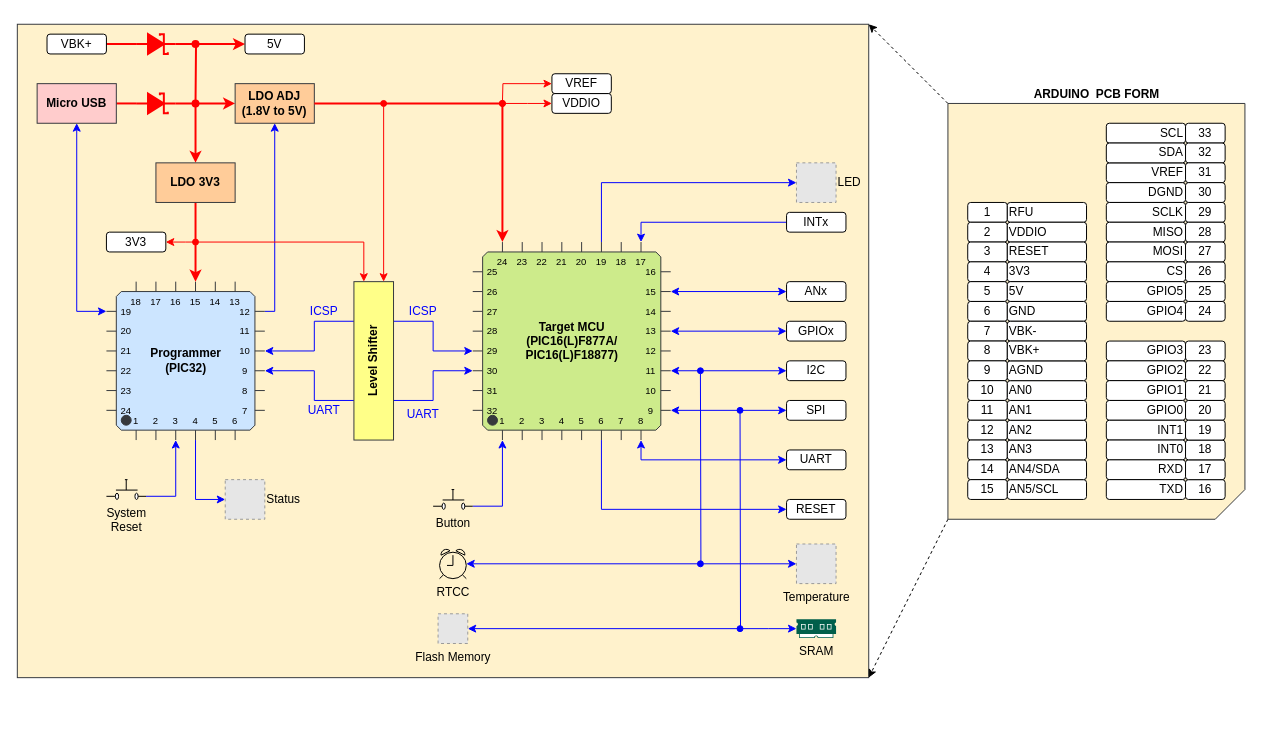
sampidevkit/PIC16FDevKit keeps this draw.io diagram as Docs/Untitled Diagram.drawio. Above is the earlier version. Source tidied: cells renumbered, new cells numbered last; positions are measured from the earlier drawing's top-left corner, leaving out a move shared by most shapes. Both pictures are drawn from the tidied source at 99%, with x=0, y=0 at pixel (17, 24). Pictures stored in the file or linked from it are replaced by grey dashed boxes.
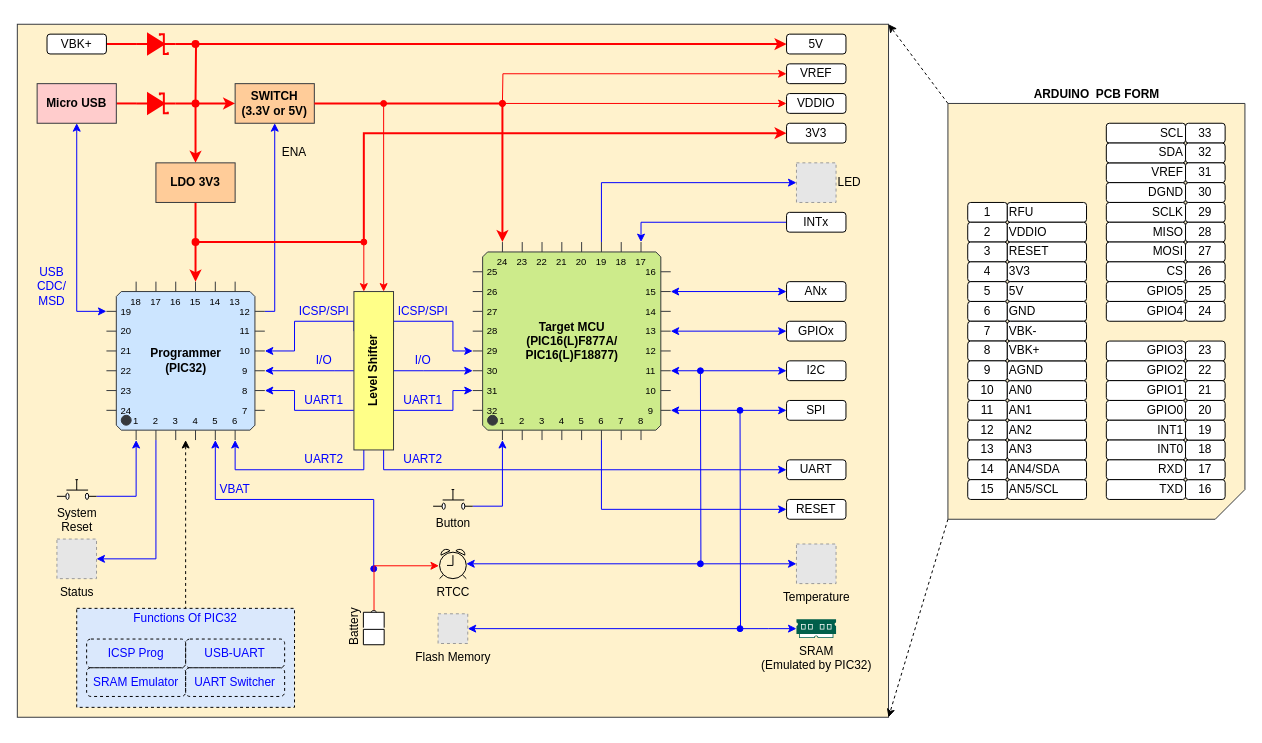
The same diagram, later.

The change refers to these unchanged cells:
```xml
<mxCell id="10" value="Programmer&lt;br&gt;(PIC32)" style="shadow=0;dashed=0;align=center;html=1;strokeWidth=1;shape=mxgraph.electrical.logic_gates.qfp_ic;labelNames=a,b,c,d,e,f,g,h,i,j,k,l,m,n,o,p,q,r,s,t,u,v,w,x,y,z,a1,b1,c1,d1,e1,f1,g1,h1,i1,j1,k1,l1,m1,n1;fontStyle=1;flipV=0;flipH=0;fillColor=#cce5ff;strokeColor=#36393d;" parent="1" vertex="1">
  <mxGeometry x="90" y="260" width="160" height="160" as="geometry" />
</mxCell>
<mxCell id="85" value="Target MCU&lt;br&gt;(PIC16(L)F877A/&lt;br&gt;PIC16(L)F18877)" style="shadow=0;dashed=0;align=center;html=1;strokeWidth=1;shape=mxgraph.electrical.logic_gates.qfp_ic;labelNames=a,b,c,d,e,f,g,h,i,j,k,l,m,n,o,p,q,r,s,t,u,v,w,x,y,z,a1,b1,c1,d1,e1,f1,g1,h1,i1,j1,k1,l1,m1,n1;fontStyle=1;fillColor=#cdeb8b;strokeColor=#36393d;" parent="1" vertex="1">
  <mxGeometry x="460" y="220" width="200" height="200" as="geometry" />
</mxCell>
<mxCell id="131" value="RTCC" style="html=1;verticalLabelPosition=bottom;align=center;labelBackgroundColor=none;verticalAlign=top;strokeWidth=1;shadow=0;dashed=0;shape=mxgraph.ios7.icons.alarm_clock;fontColor=#000000;fillColor=none;" parent="1" vertex="1">
  <mxGeometry x="426.5" y="530" width="27" height="30" as="geometry" />
</mxCell>
```

Diff of the diagram source:
```diff
@@
     <mxCell id="2" style="rounded=0;whiteSpace=wrap;html=1;strokeColor=#36393d;strokeWidth=1;align=center;fillColor=#FFF2CC;" parent="1" vertex="1">
-      <mxGeometry width="860" height="660" as="geometry" />
+      <mxGeometry width="880" height="700" as="geometry" />
     </mxCell>
@@
-    <mxCell id="6" style="edgeStyle=orthogonalEdgeStyle;rounded=0;jettySize=auto;html=1;exitX=1;exitY=0;exitDx=0;exitDy=90;exitPerimeter=0;entryX=0;entryY=0.75;entryDx=0;entryDy=0;startArrow=classic;startFill=1;endArrow=none;endFill=0;strokeWidth=1;strokeColor=#0000FF;" parent="1" edge="1" source="10" target="89">
+    <mxCell id="6" style="edgeStyle=orthogonalEdgeStyle;rounded=0;jettySize=auto;html=1;exitX=1;exitY=0;exitDx=0;exitDy=90;exitPerimeter=0;entryX=0;entryY=0.5;entryDx=0;entryDy=0;startArrow=classic;startFill=1;endArrow=none;endFill=0;strokeWidth=1;strokeColor=#0000FF;" parent="1" edge="1" source="10" target="89">
       <mxGeometry relative="1" as="geometry">
         <Array as="points">
-          <mxPoint x="300" y="350" />
-          <mxPoint x="300" y="380" />
+          <mxPoint x="320" y="350" />
+          <mxPoint x="320" y="350" />
         </Array>
       </mxGeometry>
     </mxCell>
@@
-    <mxCell id="9" style="edgeStyle=orthogonalEdgeStyle;rounded=0;jettySize=auto;html=1;exitX=0;exitY=1;exitDx=70;exitDy=0;exitPerimeter=0;entryX=1;entryY=0.84;entryDx=0;entryDy=0;entryPerimeter=0;startArrow=classic;startFill=1;endArrow=none;endFill=0;strokeColor=#0000FF;strokeWidth=1;fontColor=#000000;" parent="1" edge="1" source="10" target="126">
+    <mxCell id="9" style="edgeStyle=orthogonalEdgeStyle;rounded=0;jettySize=auto;html=1;exitX=0;exitY=1;exitDx=30;exitDy=0;exitPerimeter=0;entryX=1;entryY=0.84;entryDx=0;entryDy=0;entryPerimeter=0;startArrow=classic;startFill=1;endArrow=none;endFill=0;strokeColor=#0000FF;strokeWidth=1;fontColor=#000000;" parent="1" edge="1" source="10" target="126">
       <mxGeometry relative="1" as="geometry" />
     </mxCell>
+    <mxCell id="138" style="edgeStyle=orthogonalEdgeStyle;rounded=0;jettySize=auto;html=1;exitX=0;exitY=1;exitDx=130;exitDy=0;exitPerimeter=0;entryX=0.25;entryY=1;entryDx=0;entryDy=0;strokeColor=#0000FF;fontColor=#0000FF;startArrow=classic;startFill=1;endArrow=none;endFill=0;" parent="1" edge="1" source="10" target="89">
+      <mxGeometry relative="1" as="geometry" />
+    </mxCell>
+    <mxCell id="139" style="edgeStyle=orthogonalEdgeStyle;rounded=0;jettySize=auto;html=1;exitX=0;exitY=1;exitDx=110;exitDy=0;exitPerimeter=0;startArrow=classic;startFill=1;endArrow=oval;endFill=1;fontColor=#000000;strokeColor=#0000FF;" parent="1" edge="1" source="10">
+      <mxGeometry relative="1" as="geometry">
+        <mxPoint x="360" y="550" as="targetPoint" />
+        <Array as="points">
+          <mxPoint x="200" y="480" />
+          <mxPoint x="360" y="480" />
+        </Array>
+      </mxGeometry>
+    </mxCell>
+    <mxCell id="140" style="edgeStyle=orthogonalEdgeStyle;rounded=0;jettySize=auto;html=1;entryX=0.5;entryY=0;entryDx=0;entryDy=0;startArrow=classic;startFill=1;endArrow=none;endFill=0;strokeWidth=1;fontColor=#0000FF;dashed=1;" parent="1" edge="1" source="10" target="153">
+      <mxGeometry relative="1" as="geometry" />
+    </mxCell>
@@
-    <mxCell id="18" value="LDO ADJ&lt;br&gt;(1.8V to 5V)" style="rounded=0;whiteSpace=wrap;html=1;fontStyle=1;fillColor=#ffcc99;strokeColor=#36393d;" parent="1" vertex="1">
+    <mxCell id="18" value="SWITCH&lt;br&gt;(3.3V or 5V)" style="rounded=0;whiteSpace=wrap;html=1;fontStyle=1;fillColor=#ffcc99;strokeColor=#36393d;" parent="1" vertex="1">
       <mxGeometry x="220" y="60" width="80" height="40" as="geometry" />
     </mxCell>
@@
     <mxCell id="78" style="edgeStyle=orthogonalEdgeStyle;rounded=0;jettySize=auto;html=1;exitX=0;exitY=0;exitDx=0;exitDy=110;exitPerimeter=0;entryX=1;entryY=0.25;entryDx=0;entryDy=0;startArrow=classic;startFill=1;endArrow=none;endFill=0;strokeWidth=1;strokeColor=#0000FF;" parent="1" edge="1" source="85" target="89">
       <mxGeometry relative="1" as="geometry">
         <Array as="points">
-          <mxPoint x="420" y="330" />
-          <mxPoint x="420" y="300" />
+          <mxPoint x="440" y="330" />
+          <mxPoint x="440" y="300" />
+          <mxPoint x="380" y="300" />
         </Array>
       </mxGeometry>
     </mxCell>
@@
-    <mxCell id="83" style="edgeStyle=orthogonalEdgeStyle;rounded=0;jettySize=auto;html=1;exitX=0;exitY=1;exitDx=170;exitDy=0;exitPerimeter=0;entryX=0;entryY=0.5;entryDx=0;entryDy=0;startArrow=classic;startFill=1;endArrow=classic;endFill=1;strokeColor=#0000FF;strokeWidth=1;fontColor=#0000FF;" parent="1" edge="1" source="85" target="107">
+    <mxCell id="83" style="edgeStyle=orthogonalEdgeStyle;rounded=0;jettySize=auto;html=1;exitX=0.75;exitY=1;exitDx=0;exitDy=0;entryX=0;entryY=0.5;entryDx=0;entryDy=0;startArrow=none;startFill=0;endArrow=classic;endFill=1;strokeColor=#0000FF;strokeWidth=1;fontColor=#0000FF;" parent="1" edge="1" source="89" target="107">
       <mxGeometry relative="1" as="geometry" />
     </mxCell>
@@
     <mxCell id="86" style="edgeStyle=orthogonalEdgeStyle;rounded=0;jettySize=auto;html=1;exitX=0.25;exitY=0;exitDx=0;exitDy=0;endArrow=oval;endFill=1;startArrow=classic;startFill=1;strokeWidth=1;strokeColor=#FF0000;" parent="1" edge="1" source="89">
       <mxGeometry relative="1" as="geometry">
-        <mxPoint x="180" y="220" as="targetPoint" />
+        <mxPoint x="350" y="220" as="targetPoint" />
         <Array as="points">
           <mxPoint x="350" y="220" />
         </Array>
       </mxGeometry>
     </mxCell>
     <mxCell id="87" style="edgeStyle=orthogonalEdgeStyle;rounded=0;jettySize=auto;html=1;exitX=0;exitY=0.25;exitDx=0;exitDy=0;entryX=1;entryY=0;entryDx=0;entryDy=70;entryPerimeter=0;startArrow=none;startFill=0;endArrow=classic;endFill=1;strokeWidth=1;strokeColor=#0000FF;" parent="1" edge="1" source="89" target="10">
       <mxGeometry relative="1" as="geometry">
         <Array as="points">
-          <mxPoint x="300" y="300" />
-          <mxPoint x="300" y="330" />
+          <mxPoint x="340" y="300" />
+          <mxPoint x="280" y="300" />
+          <mxPoint x="280" y="330" />
         </Array>
       </mxGeometry>
     </mxCell>
-    <mxCell id="88" style="edgeStyle=orthogonalEdgeStyle;rounded=0;jettySize=auto;html=1;exitX=1;exitY=0.75;exitDx=0;exitDy=0;entryX=0;entryY=0;entryDx=0;entryDy=130;entryPerimeter=0;startArrow=none;startFill=0;endArrow=classic;endFill=1;strokeWidth=1;strokeColor=#0000FF;" parent="1" edge="1" source="89" target="85">
+    <mxCell id="88" style="edgeStyle=orthogonalEdgeStyle;rounded=0;jettySize=auto;html=1;exitX=1;exitY=0.5;exitDx=0;exitDy=0;entryX=0;entryY=0;entryDx=0;entryDy=130;entryPerimeter=0;startArrow=none;startFill=0;endArrow=classic;endFill=1;strokeWidth=1;strokeColor=#0000FF;" parent="1" edge="1" source="89" target="85">
       <mxGeometry relative="1" as="geometry">
         <Array as="points">
-          <mxPoint x="420" y="380" />
-          <mxPoint x="420" y="350" />
+          <mxPoint x="410" y="350" />
+          <mxPoint x="410" y="350" />
         </Array>
       </mxGeometry>
     </mxCell>
+    <mxCell id="141" style="edgeStyle=orthogonalEdgeStyle;rounded=0;jettySize=auto;html=1;exitX=0;exitY=0.75;exitDx=0;exitDy=0;entryX=1;entryY=0;entryDx=0;entryDy=110;entryPerimeter=0;fontColor=#0000FF;strokeColor=#0000FF;" parent="1" edge="1" source="89" target="10">
+      <mxGeometry relative="1" as="geometry">
+        <Array as="points">
+          <mxPoint x="280" y="390" />
+          <mxPoint x="280" y="370" />
+        </Array>
+      </mxGeometry>
+    </mxCell>
+    <mxCell id="142" style="edgeStyle=orthogonalEdgeStyle;rounded=0;jettySize=auto;html=1;exitX=1;exitY=0.75;exitDx=0;exitDy=0;entryX=0;entryY=0;entryDx=0;entryDy=150;entryPerimeter=0;fontColor=#0000FF;strokeColor=#0000FF;" parent="1" edge="1" source="89" target="85">
+      <mxGeometry relative="1" as="geometry">
+        <Array as="points">
+          <mxPoint x="440" y="390" />
+          <mxPoint x="440" y="370" />
+        </Array>
+      </mxGeometry>
+    </mxCell>
     <mxCell id="89" value="Level Shifter" style="rounded=0;whiteSpace=wrap;html=1;fontStyle=1;horizontal=0;fillColor=#ffff88;strokeColor=#36393d;" parent="1" vertex="1">
-      <mxGeometry x="340" y="260" width="40" height="160" as="geometry" />
+      <mxGeometry x="340" y="270" width="40" height="160" as="geometry" />
     </mxCell>
@@
     <mxCell id="91" value="VDDIO" style="rounded=1;whiteSpace=wrap;html=1;align=center;" parent="1" vertex="1">
-      <mxGeometry x="540" y="70" width="60" height="20" as="geometry" />
+      <mxGeometry x="777" y="70" width="60" height="20" as="geometry" />
     </mxCell>
@@
     <mxCell id="93" value="VREF" style="rounded=1;whiteSpace=wrap;html=1;align=center;" parent="1" vertex="1">
-      <mxGeometry x="540" y="50" width="60" height="20" as="geometry" />
+      <mxGeometry x="777" y="40" width="60" height="20" as="geometry" />
     </mxCell>
-    <mxCell id="94" value="ICSP" style="text;html=1;strokeColor=none;fillColor=none;align=center;verticalAlign=middle;whiteSpace=wrap;rounded=0;fontColor=#0000FF;" parent="1" vertex="1">
+    <mxCell id="94" value="ICSP/SPI" style="text;html=1;strokeColor=none;fillColor=none;align=center;verticalAlign=middle;whiteSpace=wrap;rounded=0;fontColor=#0000FF;" parent="1" vertex="1">
       <mxGeometry x="290" y="280" width="40" height="20" as="geometry" />
     </mxCell>
-    <mxCell id="95" value="UART" style="text;html=1;strokeColor=none;fillColor=none;align=center;verticalAlign=middle;whiteSpace=wrap;rounded=0;fontColor=#0000FF;" parent="1" vertex="1">
-      <mxGeometry x="290" y="380" width="40" height="20" as="geometry" />
+    <mxCell id="95" value="UART1" style="text;html=1;strokeColor=none;fillColor=none;align=center;verticalAlign=middle;whiteSpace=wrap;rounded=0;fontColor=#0000FF;" parent="1" vertex="1">
+      <mxGeometry x="290" y="370" width="40" height="20" as="geometry" />
     </mxCell>
-    <mxCell id="96" value="UART" style="text;html=1;strokeColor=none;fillColor=none;align=center;verticalAlign=middle;whiteSpace=wrap;rounded=0;fontColor=#0000FF;" parent="1" vertex="1">
-      <mxGeometry x="390" y="384" width="40" height="20" as="geometry" />
+    <mxCell id="96" value="UART1" style="text;html=1;strokeColor=none;fillColor=none;align=center;verticalAlign=middle;whiteSpace=wrap;rounded=0;fontColor=#0000FF;" parent="1" vertex="1">
+      <mxGeometry x="390" y="370" width="40" height="20" as="geometry" />
     </mxCell>
-    <mxCell id="97" value="ICSP" style="text;html=1;strokeColor=none;fillColor=none;align=center;verticalAlign=middle;whiteSpace=wrap;rounded=0;fontColor=#0000FF;" parent="1" vertex="1">
+    <mxCell id="97" value="ICSP/SPI" style="text;html=1;strokeColor=none;fillColor=none;align=center;verticalAlign=middle;whiteSpace=wrap;rounded=0;fontColor=#0000FF;" parent="1" vertex="1">
       <mxGeometry x="390" y="280" width="40" height="20" as="geometry" />
     </mxCell>
-    <mxCell id="98" style="edgeStyle=orthogonalEdgeStyle;rounded=0;jettySize=auto;html=1;startArrow=classic;startFill=1;endArrow=none;endFill=0;strokeWidth=1;fontColor=#0000FF;strokeColor=#FF0000;" parent="1" edge="1" source="99">
+    <mxCell id="98" style="edgeStyle=orthogonalEdgeStyle;rounded=0;jettySize=auto;html=1;startArrow=classic;startFill=1;endArrow=oval;endFill=1;strokeWidth=2;fontColor=#0000FF;strokeColor=#FF0000;" parent="1" edge="1" source="99">
       <mxGeometry relative="1" as="geometry">
         <mxPoint x="180" y="220" as="targetPoint" />
+        <Array as="points">
+          <mxPoint x="350" y="110" />
+          <mxPoint x="350" y="220" />
+        </Array>
       </mxGeometry>
     </mxCell>
     <mxCell id="99" value="3V3" style="rounded=1;whiteSpace=wrap;html=1;align=center;" parent="1" vertex="1">
-      <mxGeometry x="90" y="210" width="60" height="20" as="geometry" />
+      <mxGeometry x="777" y="100" width="60" height="20" as="geometry" />
     </mxCell>
@@
     <mxCell id="101" value="5V" style="rounded=1;whiteSpace=wrap;html=1;align=center;" parent="1" vertex="1">
-      <mxGeometry x="230" y="10" width="60" height="20" as="geometry" />
+      <mxGeometry x="777" y="10" width="60" height="20" as="geometry" />
     </mxCell>
@@
     <mxCell id="107" value="UART" style="rounded=1;whiteSpace=wrap;html=1;align=center;" parent="1" vertex="1">
-      <mxGeometry x="777" y="430" width="60" height="20" as="geometry" />
+      <mxGeometry x="777" y="440" width="60" height="20" as="geometry" />
     </mxCell>
@@
     <mxCell id="126" value="System&lt;br&gt;Reset" style="verticalLabelPosition=bottom;shadow=0;dashed=0;align=center;html=1;verticalAlign=top;shape=mxgraph.electrical.electro-mechanical.push_switch_no;strokeWidth=1;" parent="1" vertex="1">
-      <mxGeometry x="90" y="460" width="40" height="20" as="geometry" />
+      <mxGeometry x="40" y="460" width="40" height="20" as="geometry" />
     </mxCell>
-    <mxCell id="127" style="edgeStyle=orthogonalEdgeStyle;rounded=0;jettySize=auto;html=1;entryX=0;entryY=1;entryDx=90;entryDy=0;entryPerimeter=0;startArrow=classic;startFill=1;endArrow=none;endFill=0;strokeColor=#0000FF;strokeWidth=1;fontColor=#000000;exitX=0;exitY=0.5;exitDx=0;exitDy=0;" parent="1" edge="1" source="129" target="10">
+    <mxCell id="127" style="edgeStyle=orthogonalEdgeStyle;rounded=0;jettySize=auto;html=1;entryX=0;entryY=1;entryDx=50;entryDy=0;entryPerimeter=0;startArrow=classic;startFill=1;endArrow=none;endFill=0;strokeColor=#0000FF;strokeWidth=1;fontColor=#000000;" parent="1" edge="1" source="129" target="10">
       <mxGeometry relative="1" as="geometry" />
     </mxCell>
@@
-    <mxCell id="129" value="Status" style="fillColor=#E6E6E6;strokeColor=#999999;dashed=1;html=1;verticalAlign=middle;verticalLabelPosition=middle;labelBackgroundColor=none;fontColor=#000000;align=left;labelPosition=right;" parent="1" vertex="1">
-      <mxGeometry x="210" y="460" width="40" height="40" as="geometry" />
+    <mxCell id="129" value="Status" style="fillColor=#E6E6E6;strokeColor=#999999;dashed=1;html=1;verticalAlign=top;verticalLabelPosition=bottom;labelBackgroundColor=none;fontColor=#000000;align=center;labelPosition=center;" parent="1" vertex="1">
+      <mxGeometry x="40" y="520" width="40" height="40" as="geometry" />
     </mxCell>
@@
-    <mxCell id="137" value="SRAM" style="shadow=0;dashed=0;html=1;strokeColor=none;fillColor=#005F4B;labelPosition=center;verticalLabelPosition=bottom;verticalAlign=top;align=center;outlineConnect=0;shape=mxgraph.veeam2.ram;" parent="1" vertex="1">
+    <mxCell id="137" value="SRAM&lt;br&gt;(Emulated by PIC32)" style="shadow=0;dashed=0;html=1;strokeColor=none;fillColor=#005F4B;labelPosition=center;verticalLabelPosition=bottom;verticalAlign=top;align=center;outlineConnect=0;shape=mxgraph.veeam2.ram;" parent="1" vertex="1">
       <mxGeometry x="787" y="601" width="40" height="19" as="geometry" />
     </mxCell>
+    <mxCell id="143" value="ENA" style="text;html=1;strokeColor=none;fillColor=none;align=center;verticalAlign=middle;whiteSpace=wrap;rounded=0;" parent="1" vertex="1">
+      <mxGeometry x="260" y="120" width="40" height="20" as="geometry" />
+    </mxCell>
+    <mxCell id="144" value="USB CDC/ MSD" style="text;html=1;strokeColor=none;fillColor=none;align=center;verticalAlign=middle;whiteSpace=wrap;rounded=0;fontColor=#0000FF;" parent="1" vertex="1">
+      <mxGeometry x="10" y="240" width="50" height="50" as="geometry" />
+    </mxCell>
+    <mxCell id="145" value="I/O" style="text;html=1;strokeColor=none;fillColor=none;align=center;verticalAlign=middle;whiteSpace=wrap;rounded=0;fontColor=#0000FF;" parent="1" vertex="1">
+      <mxGeometry x="290" y="330" width="40" height="20" as="geometry" />
+    </mxCell>
+    <mxCell id="146" value="I/O" style="text;html=1;strokeColor=none;fillColor=none;align=center;verticalAlign=middle;whiteSpace=wrap;rounded=0;fontColor=#0000FF;" parent="1" vertex="1">
+      <mxGeometry x="390" y="330" width="40" height="20" as="geometry" />
+    </mxCell>
+    <mxCell id="147" value="UART2" style="text;html=1;strokeColor=none;fillColor=none;align=center;verticalAlign=middle;whiteSpace=wrap;rounded=0;fontColor=#0000FF;" parent="1" vertex="1">
+      <mxGeometry x="290" y="430" width="40" height="20" as="geometry" />
+    </mxCell>
+    <mxCell id="148" value="UART2" style="text;html=1;strokeColor=none;fillColor=none;align=center;verticalAlign=middle;whiteSpace=wrap;rounded=0;fontColor=#0000FF;" parent="1" vertex="1">
+      <mxGeometry x="390" y="430" width="40" height="20" as="geometry" />
+    </mxCell>
+    <mxCell id="149" style="edgeStyle=orthogonalEdgeStyle;rounded=0;jettySize=auto;html=1;entryX=-0.025;entryY=0.567;entryDx=0;entryDy=0;entryPerimeter=0;startArrow=none;startFill=0;endArrow=classic;endFill=1;fontColor=#000000;exitX=0.988;exitY=0.512;exitDx=0;exitDy=0;exitPerimeter=0;strokeColor=#FF0000;" parent="1" edge="1" source="150" target="131">
+      <mxGeometry relative="1" as="geometry" />
+    </mxCell>
+    <mxCell id="150" value="Battery" style="html=1;verticalLabelPosition=top;align=center;labelBackgroundColor=none;verticalAlign=bottom;strokeWidth=1;shadow=0;dashed=0;shape=mxgraph.ios7.icons.battery;rotation=-90;labelPosition=center;" parent="1" vertex="1">
+      <mxGeometry x="342.8" y="599" width="34.5" height="21" as="geometry" />
+    </mxCell>
+    <mxCell id="151" value="&lt;font color=&quot;#0000ff&quot;&gt;VBAT&lt;/font&gt;" style="text;html=1;strokeColor=none;fillColor=none;align=center;verticalAlign=middle;whiteSpace=wrap;rounded=0;labelBackgroundColor=none;fontColor=#000000;" parent="1" vertex="1">
+      <mxGeometry x="200" y="460" width="40" height="20" as="geometry" />
+    </mxCell>
+    <mxCell id="152" style="group;" parent="1" vertex="1">
+      <mxGeometry x="60" y="610" width="220" height="80" as="geometry" />
+    </mxCell>
+    <mxCell id="153" style="rounded=0;whiteSpace=wrap;html=1;labelBackgroundColor=none;strokeWidth=1;fillColor=#dae8fc;dashed=1;" parent="152" vertex="1">
+      <mxGeometry y="-20" width="220" height="100" as="geometry" />
+    </mxCell>
+    <mxCell id="154" value="ICSP Prog" style="rounded=1;whiteSpace=wrap;html=1;labelBackgroundColor=none;strokeColor=#000000;strokeWidth=1;fontColor=#0000FF;fillColor=none;dashed=1;" parent="152" vertex="1">
+      <mxGeometry x="10" y="11" width="100" height="29" as="geometry" />
+    </mxCell>
+    <mxCell id="155" value="USB-UART" style="rounded=1;whiteSpace=wrap;html=1;labelBackgroundColor=none;strokeColor=#000000;strokeWidth=1;fontColor=#0000FF;fillColor=none;dashed=1;" parent="152" vertex="1">
+      <mxGeometry x="110" y="11" width="100" height="29" as="geometry" />
+    </mxCell>
+    <mxCell id="156" value="SRAM Emulator" style="rounded=1;whiteSpace=wrap;html=1;labelBackgroundColor=none;strokeColor=#000000;strokeWidth=1;fontColor=#0000FF;fillColor=none;dashed=1;" parent="152" vertex="1">
+      <mxGeometry x="10" y="40" width="100" height="29" as="geometry" />
+    </mxCell>
+    <mxCell id="157" value="UART Switcher" style="rounded=1;whiteSpace=wrap;html=1;labelBackgroundColor=none;strokeColor=#000000;strokeWidth=1;fontColor=#0000FF;fillColor=none;dashed=1;" parent="152" vertex="1">
+      <mxGeometry x="110" y="40" width="100" height="29" as="geometry" />
+    </mxCell>
+    <mxCell id="158" value="Functions Of PIC32" style="text;html=1;strokeColor=none;fillColor=none;align=center;verticalAlign=middle;whiteSpace=wrap;rounded=0;dashed=1;labelBackgroundColor=none;fontColor=#0000FF;" parent="1" vertex="1">
+      <mxGeometry x="115" y="590" width="110" height="20" as="geometry" />
+    </mxCell>
```
